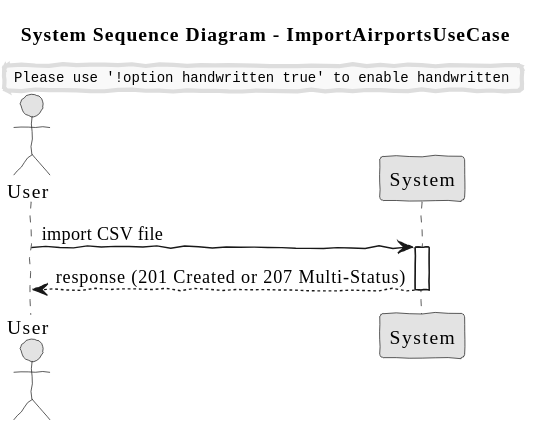
The PlantUML diagram docs/system-documentation/use-cases/BONUS/US225/svg/ssd_ImportAirportsUseCase.svg in VascoMagolo/psoft_1231562_1241692_1242036_2db, before a commit.
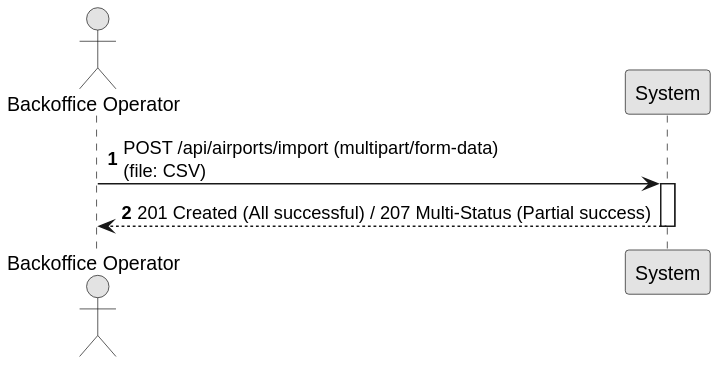
The same diagram one commit later.

Diff of the diagram source:
```diff
@@ -1,17 +1,14 @@
 @startuml
-skinparam handwritten true
+autonumber
 skinparam monochrome true
 skinparam packageStyle rect
-skinparam defaultFontName FG Virgil
 skinparam shadowing false
 
-title System Sequence Diagram - ImportAirportsUseCase
+actor "Backoffice Operator" as Actor
+participant "System" as Sys
 
-actor "User" as user
-participant "System" as sys
-
-user -> sys: import CSV file
-activate sys
-sys --> user: response (201 Created or 207 Multi-Status)
-deactivate sys
+Actor -> Sys : POST /api/airports/import (multipart/form-data)\n(file: CSV)
+activate Sys
+Sys --> Actor : 201 Created (All successful) / 207 Multi-Status (Partial success)
+deactivate Sys
 @enduml
```
